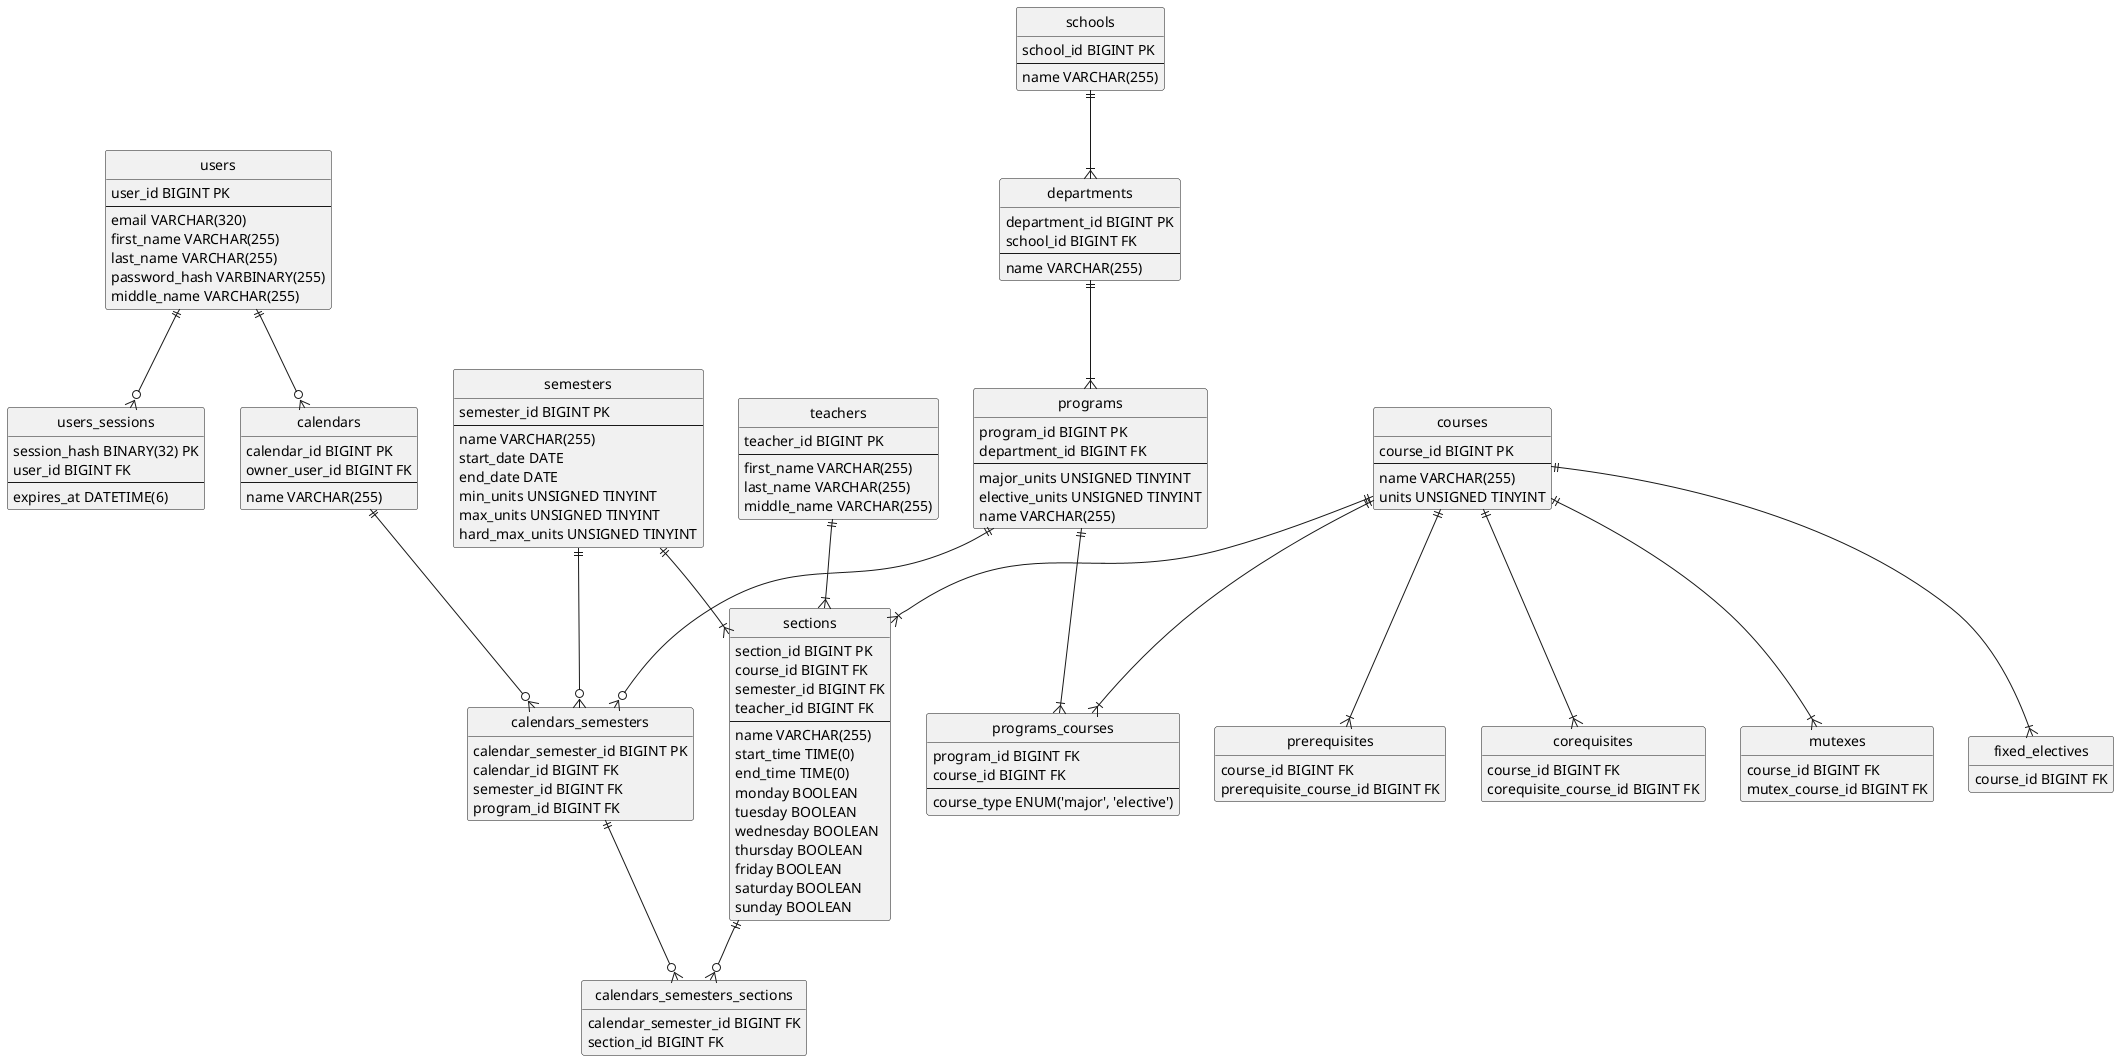
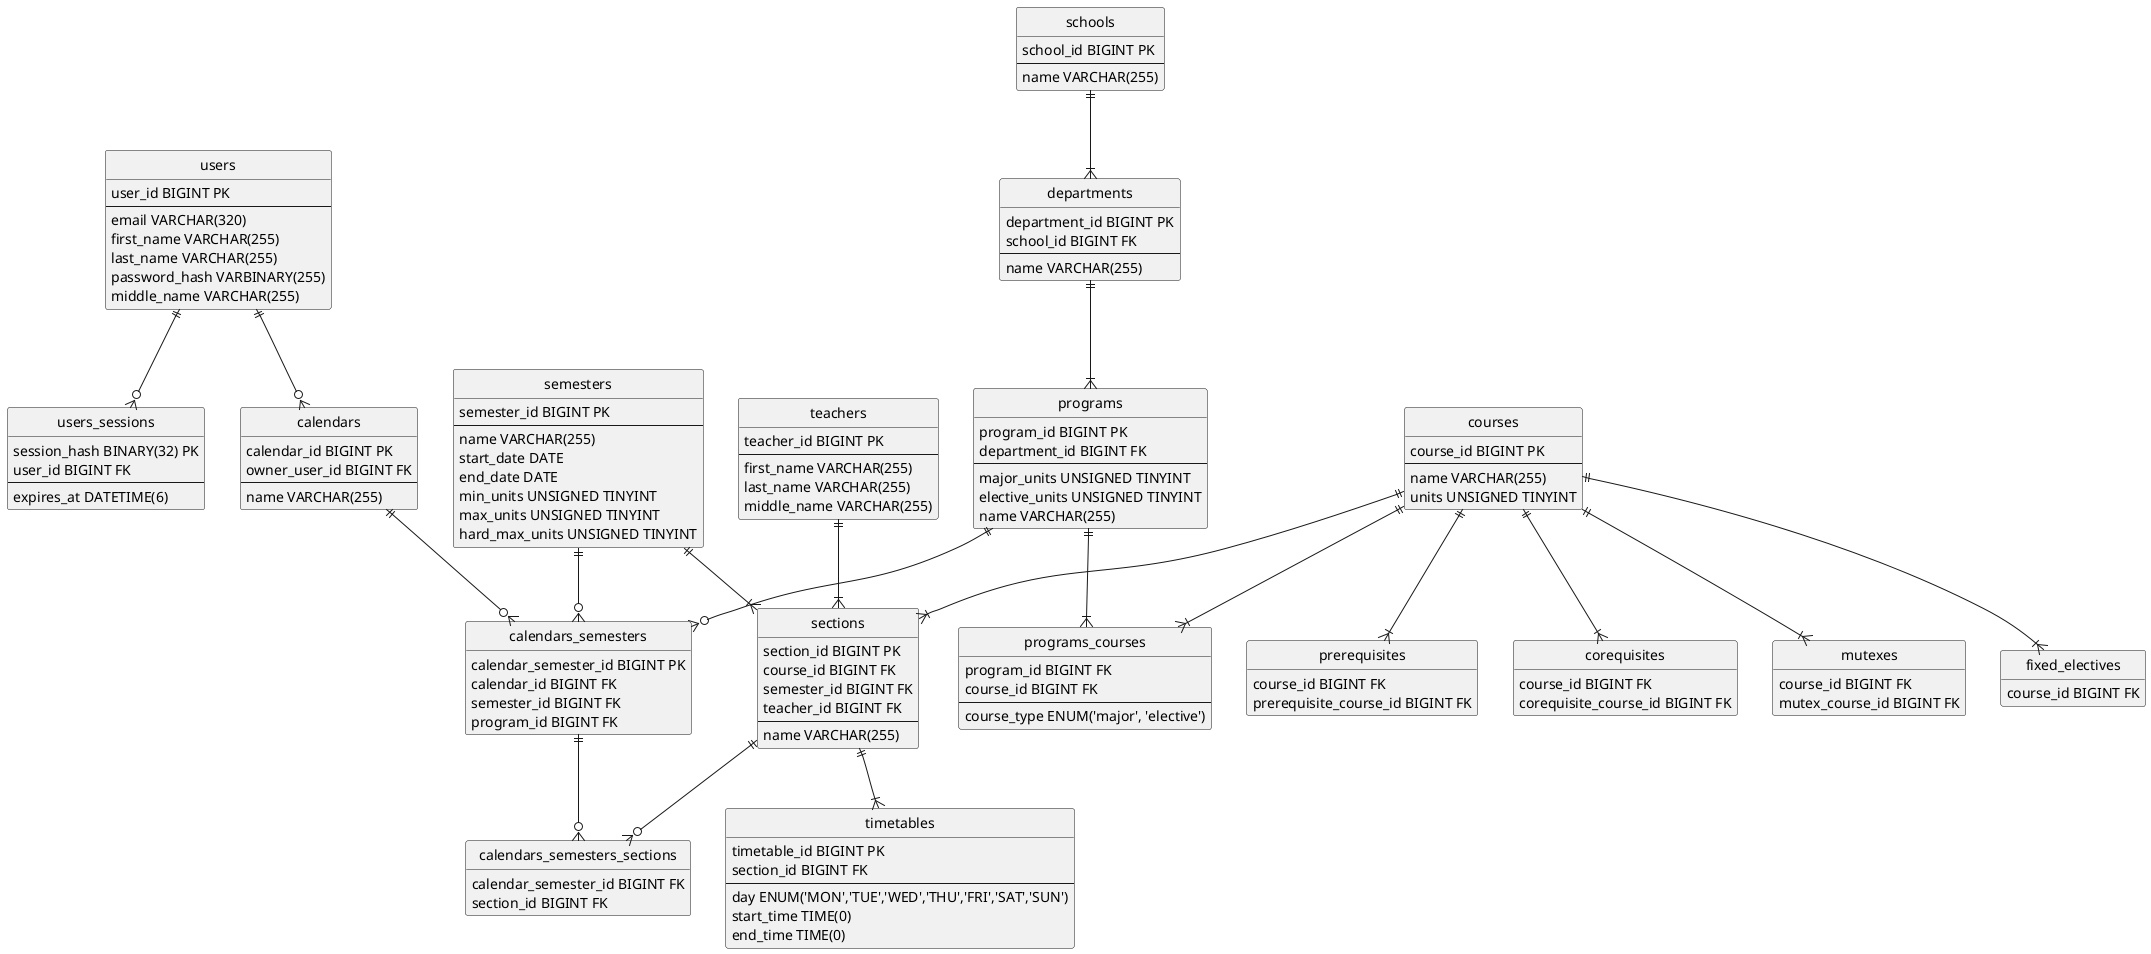
@startuml
hide circle
hide empty members

entity users {
	user_id BIGINT PK
	--
	email VARCHAR(320)
	first_name VARCHAR(255)
	last_name VARCHAR(255)
	password_hash VARBINARY(255)
	middle_name VARCHAR(255)
}

entity users_sessions {
    session_hash BINARY(32) PK
	user_id BIGINT FK
	--
	expires_at DATETIME(6)
}

entity teachers {
    teacher_id BIGINT PK
    --
    first_name VARCHAR(255)
	last_name VARCHAR(255)
	middle_name VARCHAR(255)
}

entity schools {
    school_id BIGINT PK
    --
    name VARCHAR(255)
}

entity departments {
    department_id BIGINT PK
    school_id BIGINT FK
    --
    name VARCHAR(255)
}

entity semesters {
	semester_id BIGINT PK
	--
	name VARCHAR(255)
	start_date DATE
	end_date DATE
	min_units UNSIGNED TINYINT
	max_units UNSIGNED TINYINT
	hard_max_units UNSIGNED TINYINT
}

entity programs {
    program_id BIGINT PK
    department_id BIGINT FK
    --
    major_units UNSIGNED TINYINT
    elective_units UNSIGNED TINYINT
    name VARCHAR(255)
}

entity courses {
    course_id BIGINT PK
    --
    name VARCHAR(255)
	units UNSIGNED TINYINT
}

entity fixed_electives {
    course_id BIGINT FK
}

entity prerequisites {
    course_id BIGINT FK
    prerequisite_course_id BIGINT FK
}

entity corequisites {
    course_id BIGINT FK
    corequisite_course_id BIGINT FK
}

entity mutexes {
    course_id BIGINT FK
    mutex_course_id BIGINT FK
}

entity programs_courses {
    program_id BIGINT FK
    course_id BIGINT FK
    --
    course_type ENUM('major', 'elective')
}

entity sections {
    section_id BIGINT PK
    course_id BIGINT FK
    semester_id BIGINT FK
    teacher_id BIGINT FK
    --
	name VARCHAR(255)
+ }
+ 
+ entity timetables {
+     timetable_id BIGINT PK
+     section_id BIGINT FK
+     --
+     day ENUM('MON','TUE','WED','THU','FRI','SAT','SUN')
    start_time TIME(0)
    end_time TIME(0)
-     monday BOOLEAN
-     tuesday BOOLEAN
-     wednesday BOOLEAN
-     thursday BOOLEAN
-     friday BOOLEAN
-     saturday BOOLEAN
-     sunday BOOLEAN
}

entity calendars {
	calendar_id BIGINT PK
	owner_user_id BIGINT FK
	--
	name VARCHAR(255)
}

entity calendars_semesters {
    calendar_semester_id BIGINT PK
    calendar_id BIGINT FK
    semester_id BIGINT FK
    program_id BIGINT FK
}

entity calendars_semesters_sections {
    calendar_semester_id BIGINT FK
    section_id BIGINT FK
}

users ||--o{ users_sessions
users ||--o{ calendars
schools ||--|{ departments
departments ||--|{ programs
programs ||--|{ programs_courses
courses ||--|{ programs_courses
courses ||--|{ sections
courses ||--|{ fixed_electives
courses ||--|{ prerequisites
courses ||--|{ corequisites
courses ||--|{ mutexes
semesters ||--|{ sections
teachers ||--|{ sections
calendars ||--o{ calendars_semesters
semesters ||--o{ calendars_semesters
programs ||--o{ calendars_semesters
calendars_semesters ||--o{ calendars_semesters_sections
sections ||--o{ calendars_semesters_sections
+ sections ||--|{ timetables

@enduml
